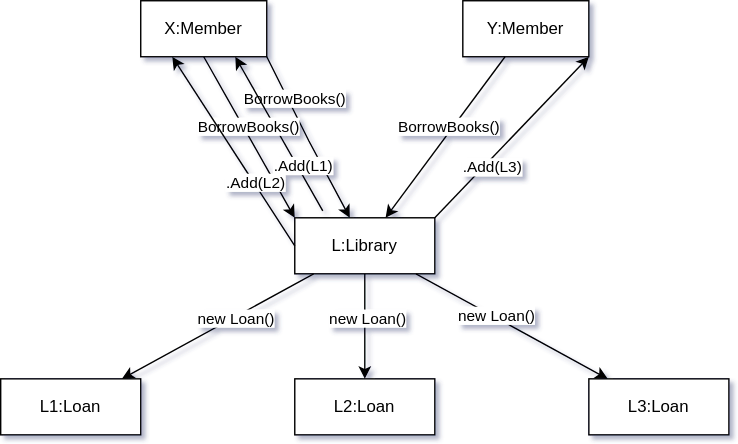
Before: 2. felev/objprog/beadandok/beadando/dokumentacio/CommunicationDiagram.drawio.svg, a diagram exported from draw.io (csabisoos/elte). Source tidied: cells renumbered, new cells last; positions are measured from the earlier drawing's top-left corner, leaving out a move shared by most shapes.
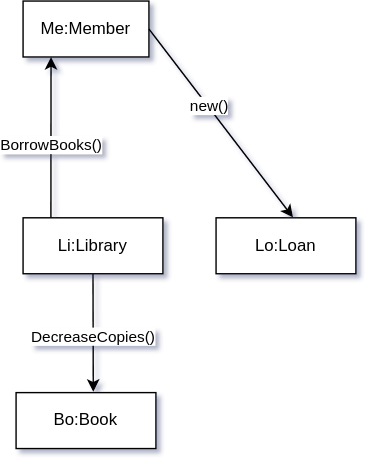
Later version of the same file.

Diff of the diagram source:
```diff
@@ -2,93 +2,41 @@
   <root>
     <mxCell id="0" />
     <mxCell id="1" parent="0" />
-    <mxCell id="2" value="X:Member" style="rounded=0;whiteSpace=wrap;html=1;" parent="1" vertex="1">
-      <mxGeometry x="100" width="90" height="40" as="geometry" />
+    <mxCell id="2" value="Me:Member" style="rounded=0;whiteSpace=wrap;html=1;" parent="1" vertex="1">
+      <mxGeometry x="210" width="90" height="40" as="geometry" />
     </mxCell>
-    <mxCell id="3" value="Y:Member" style="rounded=0;whiteSpace=wrap;html=1;" parent="1" vertex="1">
-      <mxGeometry x="330" width="90" height="40" as="geometry" />
-    </mxCell>
-    <mxCell id="4" value="L:Library" style="whiteSpace=wrap;html=1;" parent="1" vertex="1">
+    <mxCell id="4" value="Li:Library" style="whiteSpace=wrap;html=1;" parent="1" vertex="1">
       <mxGeometry x="210" y="155" width="100" height="40" as="geometry" />
     </mxCell>
-    <mxCell id="5" value="L1:Loan" style="whiteSpace=wrap;html=1;" parent="1" vertex="1">
-      <mxGeometry y="270" width="100" height="40" as="geometry" />
+    <mxCell id="5" value="Lo:Loan" style="whiteSpace=wrap;html=1;" parent="1" vertex="1">
+      <mxGeometry x="348" y="155" width="100" height="40" as="geometry" />
     </mxCell>
-    <mxCell id="6" value="L2:Loan" style="whiteSpace=wrap;html=1;" parent="1" vertex="1">
-      <mxGeometry x="210" y="270" width="100" height="40" as="geometry" />
-    </mxCell>
-    <mxCell id="7" value="L3:Loan" style="whiteSpace=wrap;html=1;" parent="1" vertex="1">
-      <mxGeometry x="420" y="270" width="100" height="40" as="geometry" />
-    </mxCell>
-    <mxCell id="8" style="endArrow=classic;html=1;rounded=0;exitX=1;exitY=1;exitDx=0;exitDy=0;" parent="1" edge="1" source="2" target="4">
-      <mxGeometry relative="1" as="geometry">
-        <Array as="points">
-          <mxPoint x="220" y="100" />
-        </Array>
-      </mxGeometry>
-    </mxCell>
-    <mxCell id="9" value="BorrowBooks()" style="edgeLabel;html=1;align=center;verticalAlign=middle;" parent="8" vertex="1">
-      <mxGeometry x="-0.13" y="3" relative="1" as="geometry">
-        <mxPoint x="-8" y="-19" as="offset" />
-      </mxGeometry>
-    </mxCell>
-    <mxCell id="10" style="endArrow=classic;html=1;rounded=0;" parent="1" edge="1" source="3" target="4">
-      <mxGeometry relative="1" as="geometry" />
-    </mxCell>
-    <mxCell id="11" value="BorrowBooks()" style="edgeLabel;html=1;align=center;verticalAlign=middle;" parent="10" vertex="1">
-      <mxGeometry x="0.34" y="1" relative="1" as="geometry">
-        <mxPoint x="16" y="-28" as="offset" />
-      </mxGeometry>
-    </mxCell>
-    <mxCell id="12" style="endArrow=classic;html=1;rounded=0;" parent="1" edge="1" source="4" target="5">
+    <mxCell id="12" style="endArrow=classic;html=1;rounded=0;entryX=0.55;entryY=-0.008;entryDx=0;entryDy=0;entryPerimeter=0;exitX=1;exitY=0.5;exitDx=0;exitDy=0;" parent="1" edge="1" source="2" target="5">
       <mxGeometry relative="1" as="geometry" />
     </mxCell>
-    <mxCell id="13" value="new Loan()" style="edgeLabel;html=1;align=center;verticalAlign=middle;" parent="12" vertex="1">
+    <mxCell id="13" value="new()" style="edgeLabel;html=1;align=center;verticalAlign=middle;" parent="12" vertex="1">
       <mxGeometry x="-0.18" y="1" relative="1" as="geometry" />
     </mxCell>
-    <mxCell id="14" style="endArrow=classic;html=1;rounded=0;entryX=0.75;entryY=1;entryDx=0;entryDy=0;" parent="1" edge="1" target="2">
+    <mxCell id="14" style="endArrow=classic;html=1;rounded=0;exitX=0.199;exitY=-0.001;exitDx=0;exitDy=0;exitPerimeter=0;" parent="1" edge="1" source="4">
       <mxGeometry relative="1" as="geometry">
-        <mxPoint x="230" y="150" as="sourcePoint" />
+        <mxPoint x="230" y="40" as="targetPoint" />
       </mxGeometry>
     </mxCell>
-    <mxCell id="15" value=".Add(L1)" style="edgeLabel;html=1;align=center;verticalAlign=middle;" parent="14" vertex="1">
+    <mxCell id="15" value="BorrowBooks()" style="edgeLabel;html=1;align=center;verticalAlign=middle;" parent="14" vertex="1">
       <mxGeometry x="0.06" y="1" relative="1" as="geometry">
-        <mxPoint x="19" y="25" as="offset" />
+        <mxPoint x="1" y="8" as="offset" />
       </mxGeometry>
     </mxCell>
-    <mxCell id="16" style="endArrow=classic;html=1;rounded=0;exitX=1;exitY=0;exitDx=0;exitDy=0;entryX=1;entryY=1;entryDx=0;entryDy=0;" parent="1" edge="1" source="4" target="3">
-      <mxGeometry relative="1" as="geometry" />
-    </mxCell>
-    <mxCell id="17" value=".Add(L3)" style="edgeLabel;html=1;align=center;verticalAlign=middle;" parent="16" vertex="1">
-      <mxGeometry x="0.06" y="1" relative="1" as="geometry">
-        <mxPoint x="-17" y="25" as="offset" />
-      </mxGeometry>
-    </mxCell>
-    <mxCell id="18" style="endArrow=classic;html=1;rounded=0;" parent="1" edge="1" source="4" target="6">
-      <mxGeometry relative="1" as="geometry" />
-    </mxCell>
-    <mxCell id="19" value="new Loan()" style="edgeLabel;html=1;align=center;verticalAlign=middle;" parent="18" vertex="1">
-      <mxGeometry x="-0.18" y="1" relative="1" as="geometry" />
-    </mxCell>
-    <mxCell id="20" style="endArrow=classic;html=1;rounded=0;" parent="1" edge="1" source="4" target="7">
-      <mxGeometry relative="1" as="geometry" />
-    </mxCell>
-    <mxCell id="21" value="new Loan()" style="edgeLabel;html=1;align=center;verticalAlign=middle;" parent="20" vertex="1">
-      <mxGeometry x="-0.18" y="1" relative="1" as="geometry" />
-    </mxCell>
-    <mxCell id="22" style="endArrow=classic;html=1;rounded=0;exitX=0.5;exitY=1;exitDx=0;exitDy=0;entryX=0;entryY=0;entryDx=0;entryDy=0;" parent="1" edge="1" source="2" target="4">
-      <mxGeometry relative="1" as="geometry" />
-    </mxCell>
-    <mxCell id="23" value="BorrowBooks()" style="edgeLabel;html=1;align=center;verticalAlign=middle;" parent="22" vertex="1">
-      <mxGeometry x="-0.13" y="3" relative="1" as="geometry" />
-    </mxCell>
-    <mxCell id="24" style="endArrow=classic;html=1;rounded=0;entryX=0.25;entryY=1;entryDx=0;entryDy=0;exitX=0;exitY=0.5;exitDx=0;exitDy=0;" parent="1" edge="1" source="4" target="2">
-      <mxGeometry relative="1" as="geometry" />
-    </mxCell>
-    <mxCell id="25" value=".Add(L2)" style="edgeLabel;html=1;align=center;verticalAlign=middle;" parent="24" vertex="1">
-      <mxGeometry x="0.06" y="1" relative="1" as="geometry">
-        <mxPoint x="19" y="25" as="offset" />
-      </mxGeometry>
-    </mxCell>
+    <mxCell id="26" value="Bo:Book" style="whiteSpace=wrap;html=1;" parent="1" vertex="1">
+      <mxGeometry x="205" y="280" width="100" height="40" as="geometry" />
+    </mxCell>
+    <mxCell id="27" style="endArrow=classic;html=1;rounded=0;exitX=0.5;exitY=1;exitDx=0;exitDy=0;entryX=0.552;entryY=-0.015;entryDx=0;entryDy=0;entryPerimeter=0;" parent="1" edge="1" source="4" target="26">
+      <mxGeometry relative="1" as="geometry" />
+    </mxCell>
+    <mxCell id="28" value="DecreaseCopies()" style="edgeLabel;html=1;align=center;verticalAlign=middle;" parent="27" vertex="1">
+      <mxGeometry x="-0.13" y="3" relative="1" as="geometry">
+        <mxPoint x="-3" y="8" as="offset" />
+      </mxGeometry>
+    </mxCell>
   </root>
 </mxGraphModel>
```
